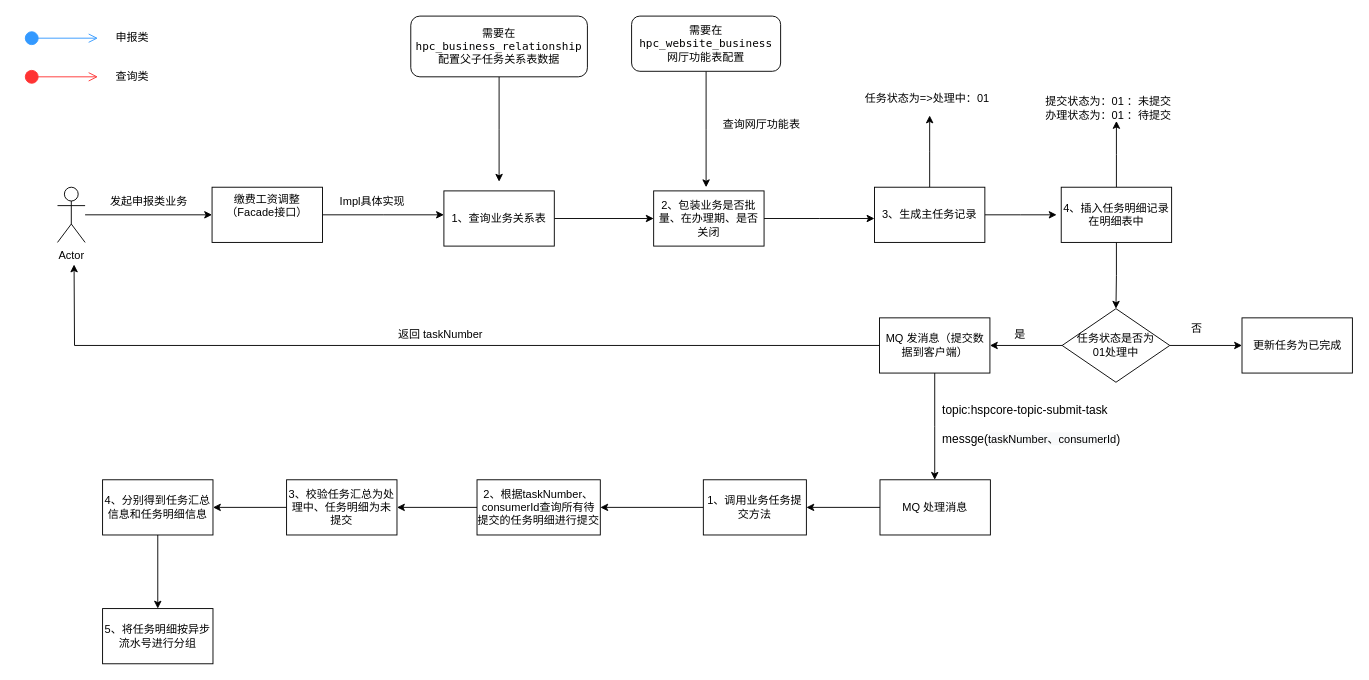
YYB1024/myRemoteRepo keeps this draw.io diagram as 人社底层详细解析流程图.drawio. Above is the earlier version. Source tidied: cells renumbered, new cells numbered last; positions are measured from the earlier drawing's top-left corner, leaving out a move shared by most shapes. Both pictures are drawn from the tidied source at 92%, with x=0, y=0 at pixel (24, 16).
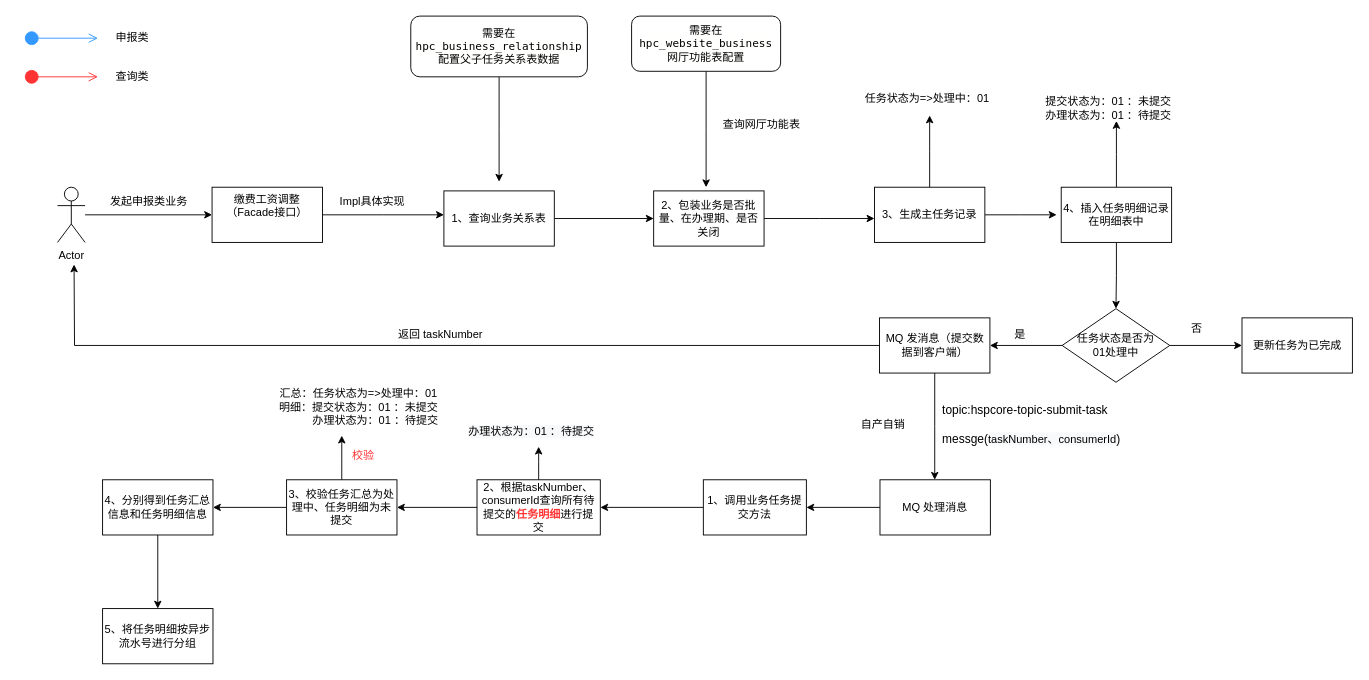
The same page after the edit.

Commit message:
更新人社底层详细解析流程图.drawio

Unchanged cells that the change refers to:
```xml
<mxCell id="47" value="3、校验任务汇总为处理中、任务明细为未提交" style="whiteSpace=wrap;html=1;rounded=0;" parent="1" vertex="1">
  <mxGeometry x="285" y="504" width="120" height="60" as="geometry" />
</mxCell>
```

What changed in the source:
```diff
@@
+    <mxCell id="51" style="edgeStyle=orthogonalEdgeStyle;rounded=0;jettySize=auto;html=1;" parent="1" edge="1" source="45">
+      <mxGeometry relative="1" as="geometry">
+        <mxPoint x="559" y="468" as="targetPoint" />
+      </mxGeometry>
+    </mxCell>
-    <mxCell id="45" value="2、根据taskNumber、consumerId查询所有待提交的任务明细进行提交" style="whiteSpace=wrap;html=1;rounded=0;" parent="1" vertex="1">
+    <mxCell id="45" value="2、根据taskNumber、consumerId查询所有待提交的&lt;b&gt;&lt;font color=&quot;#ff3333&quot;&gt;任务明细&lt;/font&gt;&lt;/b&gt;进行提交" style="whiteSpace=wrap;html=1;rounded=0;" parent="1" vertex="1">
       <mxGeometry x="492" y="504" width="134" height="60" as="geometry" />
     </mxCell>
@@
+    <mxCell id="52" style="edgeStyle=orthogonalEdgeStyle;rounded=0;jettySize=auto;html=1;fontColor=#FF3333;" parent="1" edge="1" source="47">
+      <mxGeometry relative="1" as="geometry">
+        <mxPoint x="345" y="456" as="targetPoint" />
+      </mxGeometry>
+    </mxCell>
@@
+    <mxCell id="53" value="自产自销" style="text;html=1;align=center;verticalAlign=middle;strokeColor=none;fillColor=none;" parent="1" vertex="1">
+      <mxGeometry x="900" y="432" width="66" height="24" as="geometry" />
+    </mxCell>
+    <mxCell id="54" value="&lt;span style=&quot;color: rgb(0, 0, 0); font-family: Helvetica; font-size: 12px; font-style: normal; font-variant-ligatures: normal; font-variant-caps: normal; font-weight: 400; letter-spacing: normal; orphans: 2; text-align: center; text-indent: 0px; text-transform: none; widows: 2; word-spacing: 0px; -webkit-text-stroke-width: 0px; background-color: rgb(248, 249, 250); text-decoration-thickness: initial; text-decoration-style: initial; text-decoration-color: initial; float: none; display: inline !important;&quot;&gt;办理状态为：01 ：待提交&lt;/span&gt;" style="text;whiteSpace=wrap;html=1;" parent="1" vertex="1">
+      <mxGeometry x="481" y="438" width="156" height="30" as="geometry" />
+    </mxCell>
+    <mxCell id="55" value="&lt;br&gt;&lt;br&gt;汇总：任务状态为=&amp;gt;处理中：01&lt;br&gt;明细：提交状态为：01 ：未提交&lt;br&gt;&amp;nbsp; &amp;nbsp; &amp;nbsp; &amp;nbsp; &amp;nbsp; &amp;nbsp;办理状态为：01 ：待提交" style="text;html=1;align=center;verticalAlign=middle;strokeColor=none;fillColor=none;" parent="1" vertex="1">
+      <mxGeometry x="270" y="372" width="186" height="78" as="geometry" />
+    </mxCell>
+    <mxCell id="56" value="校验" style="text;html=1;align=center;verticalAlign=middle;strokeColor=none;fillColor=none;fontColor=#FF3333;" parent="1" vertex="1">
+      <mxGeometry x="347" y="466" width="42" height="24" as="geometry" />
+    </mxCell>
```
